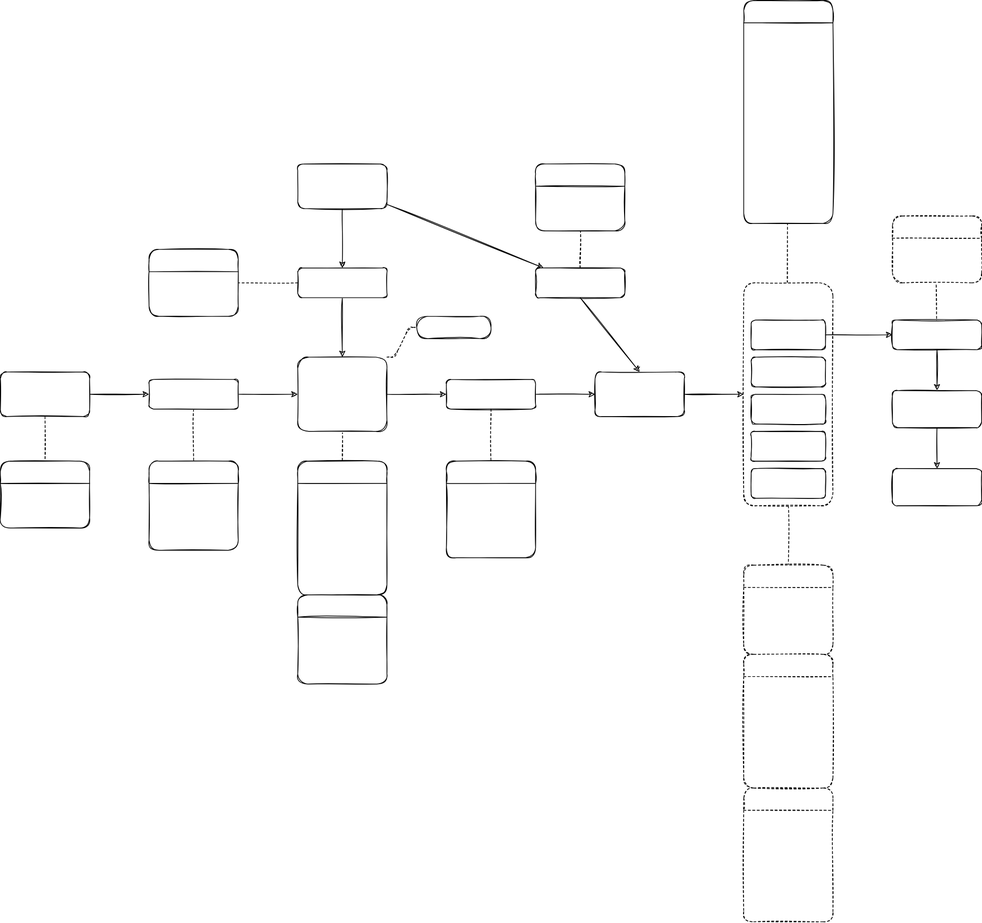
Before: 面试题/#项目串讲.drawio.svg, a diagram exported from draw.io (F-91Wpr/Markdown). Source tidied: cells renumbered, new cells last; positions are measured from the earlier drawing's top-left corner, leaving out a move shared by most shapes.
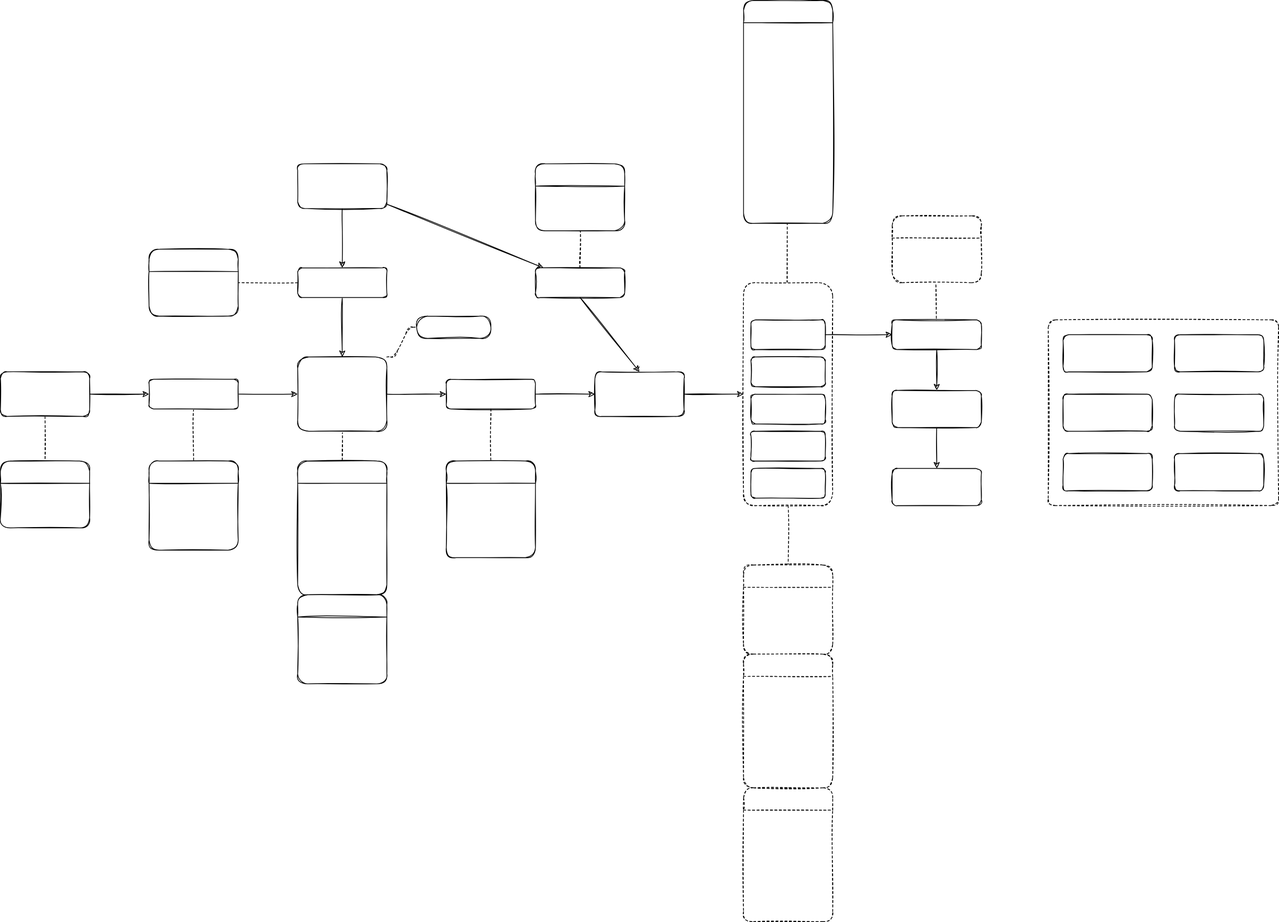
The same diagram one commit later.

The edit, as a diff of the source:
```diff
@@ -311,5 +311,29 @@
     <mxCell id="104" value="&lt;h1 style=&quot;font-size: 12px&quot;&gt;Heading&lt;/h1&gt;&lt;p style=&quot;font-size: 12px&quot;&gt;1. 项目需求&lt;/p&gt;&lt;p style=&quot;font-size: 12px&quot;&gt;2. 集群规模&lt;/p&gt;&lt;p style=&quot;font-size: 12px&quot;&gt;3. 服务器选型&lt;/p&gt;&lt;p style=&quot;font-size: 12px&quot;&gt;4. 框架版本选型&lt;/p&gt;&lt;p style=&quot;font-size: 12px&quot;&gt;5. 技术选型&lt;/p&gt;" style="text;html=1;spacing=5;spacingTop=-20;whiteSpace=wrap;overflow=hidden;rounded=1;dashed=1;labelBackgroundColor=none;fillStyle=auto;fontFamily=Comic Sans MS;fontSize=12;sketch=1;fontColor=#FFFFFF;" parent="1" vertex="1">
       <mxGeometry y="220" width="120" height="160" as="geometry" />
     </mxCell>
+    <mxCell id="105" style="group;" parent="1" vertex="1">
+      <mxGeometry x="1410" y="430" width="310" height="250" as="geometry" />
+    </mxCell>
+    <mxCell id="106" style="whiteSpace=wrap;html=1;rounded=1;fillStyle=auto;dashed=1;fontFamily=Comic Sans MS;sketch=1;fontColor=#FFFFFF;arcSize=4;" parent="105" vertex="1">
+      <mxGeometry width="310" height="250" as="geometry" />
+    </mxCell>
+    <mxCell id="107" value="Presto&lt;br&gt;即席查询" style="whiteSpace=wrap;html=1;rounded=1;fontFamily=Comic Sans MS;sketch=1;fontColor=#FFFFFF;" parent="105" vertex="1">
+      <mxGeometry x="20" y="100" width="120" height="50" as="geometry" />
+    </mxCell>
+    <mxCell id="108" value="Atlas&lt;br&gt;元数据管理" style="whiteSpace=wrap;html=1;rounded=1;fontFamily=Comic Sans MS;sketch=1;fontColor=#FFFFFF;" parent="105" vertex="1">
+      <mxGeometry x="20" y="180" width="120" height="50" as="geometry" />
+    </mxCell>
+    <mxCell id="109" value="Ranger&lt;br&gt;权限管理&lt;span style=&quot;color: rgba(0 , 0 , 0 , 0) ; font-family: monospace ; font-size: 0px&quot;&gt;%3CmxGraphModel%3E%3Croot%3E%3CmxCell%20id%3D%220%22%2F%3E%3CmxCell%20id%3D%221%22%20parent%3D%220%22%2F%3E%3CmxCell%20id%3D%222%22%20value%3D%22%E5%8D%B3%E5%B8%AD%E6%9F%A5%E8%AF%A2%22%20style%3D%22whiteSpace%3Dwrap%3Bhtml%3D1%3Brounded%3D1%3BfontFamily%3DComic%20Sans%20MS%3Bsketch%3D1%3BfontColor%3D%23FFFFFF%3B%22%20vertex%3D%221%22%20parent%3D%221%22%3E%3CmxGeometry%20x%3D%221490%22%20y%3D%22240%22%20width%3D%22120%22%20height%3D%2250%22%20as%3D%22geometry%22%2F%3E%3C%2FmxCell%3E%3C%2Froot%3E%3C%2FmxGraphModel%3E&lt;/span&gt;&lt;span style=&quot;color: rgba(0 , 0 , 0 , 0) ; font-family: monospace ; font-size: 0px&quot;&gt;%3CmxGraphModel%3E%3Croot%3E%3CmxCell%20id%3D%220%22%2F%3E%3CmxCell%20id%3D%221%22%20parent%3D%220%22%2F%3E%3CmxCell%20id%3D%222%22%20value%3D%22%E5%8D%B3%E5%B8%AD%E6%9F%A5%E8%AF%A2%22%20style%3D%22whiteSpace%3Dwrap%3Bhtml%3D1%3Brounded%3D1%3BfontFamily%3DComic%20Sans%20MS%3Bsketch%3D1%3BfontColor%3D%23FFFFFF%3B%22%20vertex%3D%221%22%20parent%3D%221%22%3E%3CmxGeometry%20x%3D%221490%22%20y%3D%22240%22%20width%3D%22120%22%20height%3D%2250%22%20as%3D%22geometry%22%2F%3E%3C%2FmxCell%3E%3C%2Froot%3E%3C%2FmxGraphModel%3E&lt;/span&gt;" style="whiteSpace=wrap;html=1;rounded=1;fontFamily=Comic Sans MS;sketch=1;fontColor=#FFFFFF;" parent="105" vertex="1">
+      <mxGeometry x="170" y="20" width="120" height="50" as="geometry" />
+    </mxCell>
+    <mxCell id="110" value="自研&lt;br&gt;质量监控" style="whiteSpace=wrap;html=1;rounded=1;fontFamily=Comic Sans MS;sketch=1;fontColor=#FFFFFF;" parent="105" vertex="1">
+      <mxGeometry x="170" y="180" width="120" height="50" as="geometry" />
+    </mxCell>
+    <mxCell id="111" value="DolphinScheduler&lt;br&gt;任务调度" style="whiteSpace=wrap;html=1;rounded=1;fontFamily=Comic Sans MS;sketch=1;fontColor=#FFFFFF;" parent="105" vertex="1">
+      <mxGeometry x="20" y="20" width="120" height="50" as="geometry" />
+    </mxCell>
+    <mxCell id="112" value="Prometheus + 睿像云&lt;br&gt;集群监控" style="whiteSpace=wrap;html=1;rounded=1;fontFamily=Comic Sans MS;sketch=1;fontColor=#FFFFFF;" parent="105" vertex="1">
+      <mxGeometry x="170" y="100" width="120" height="50" as="geometry" />
+    </mxCell>
   </root>
 </mxGraphModel>
```
